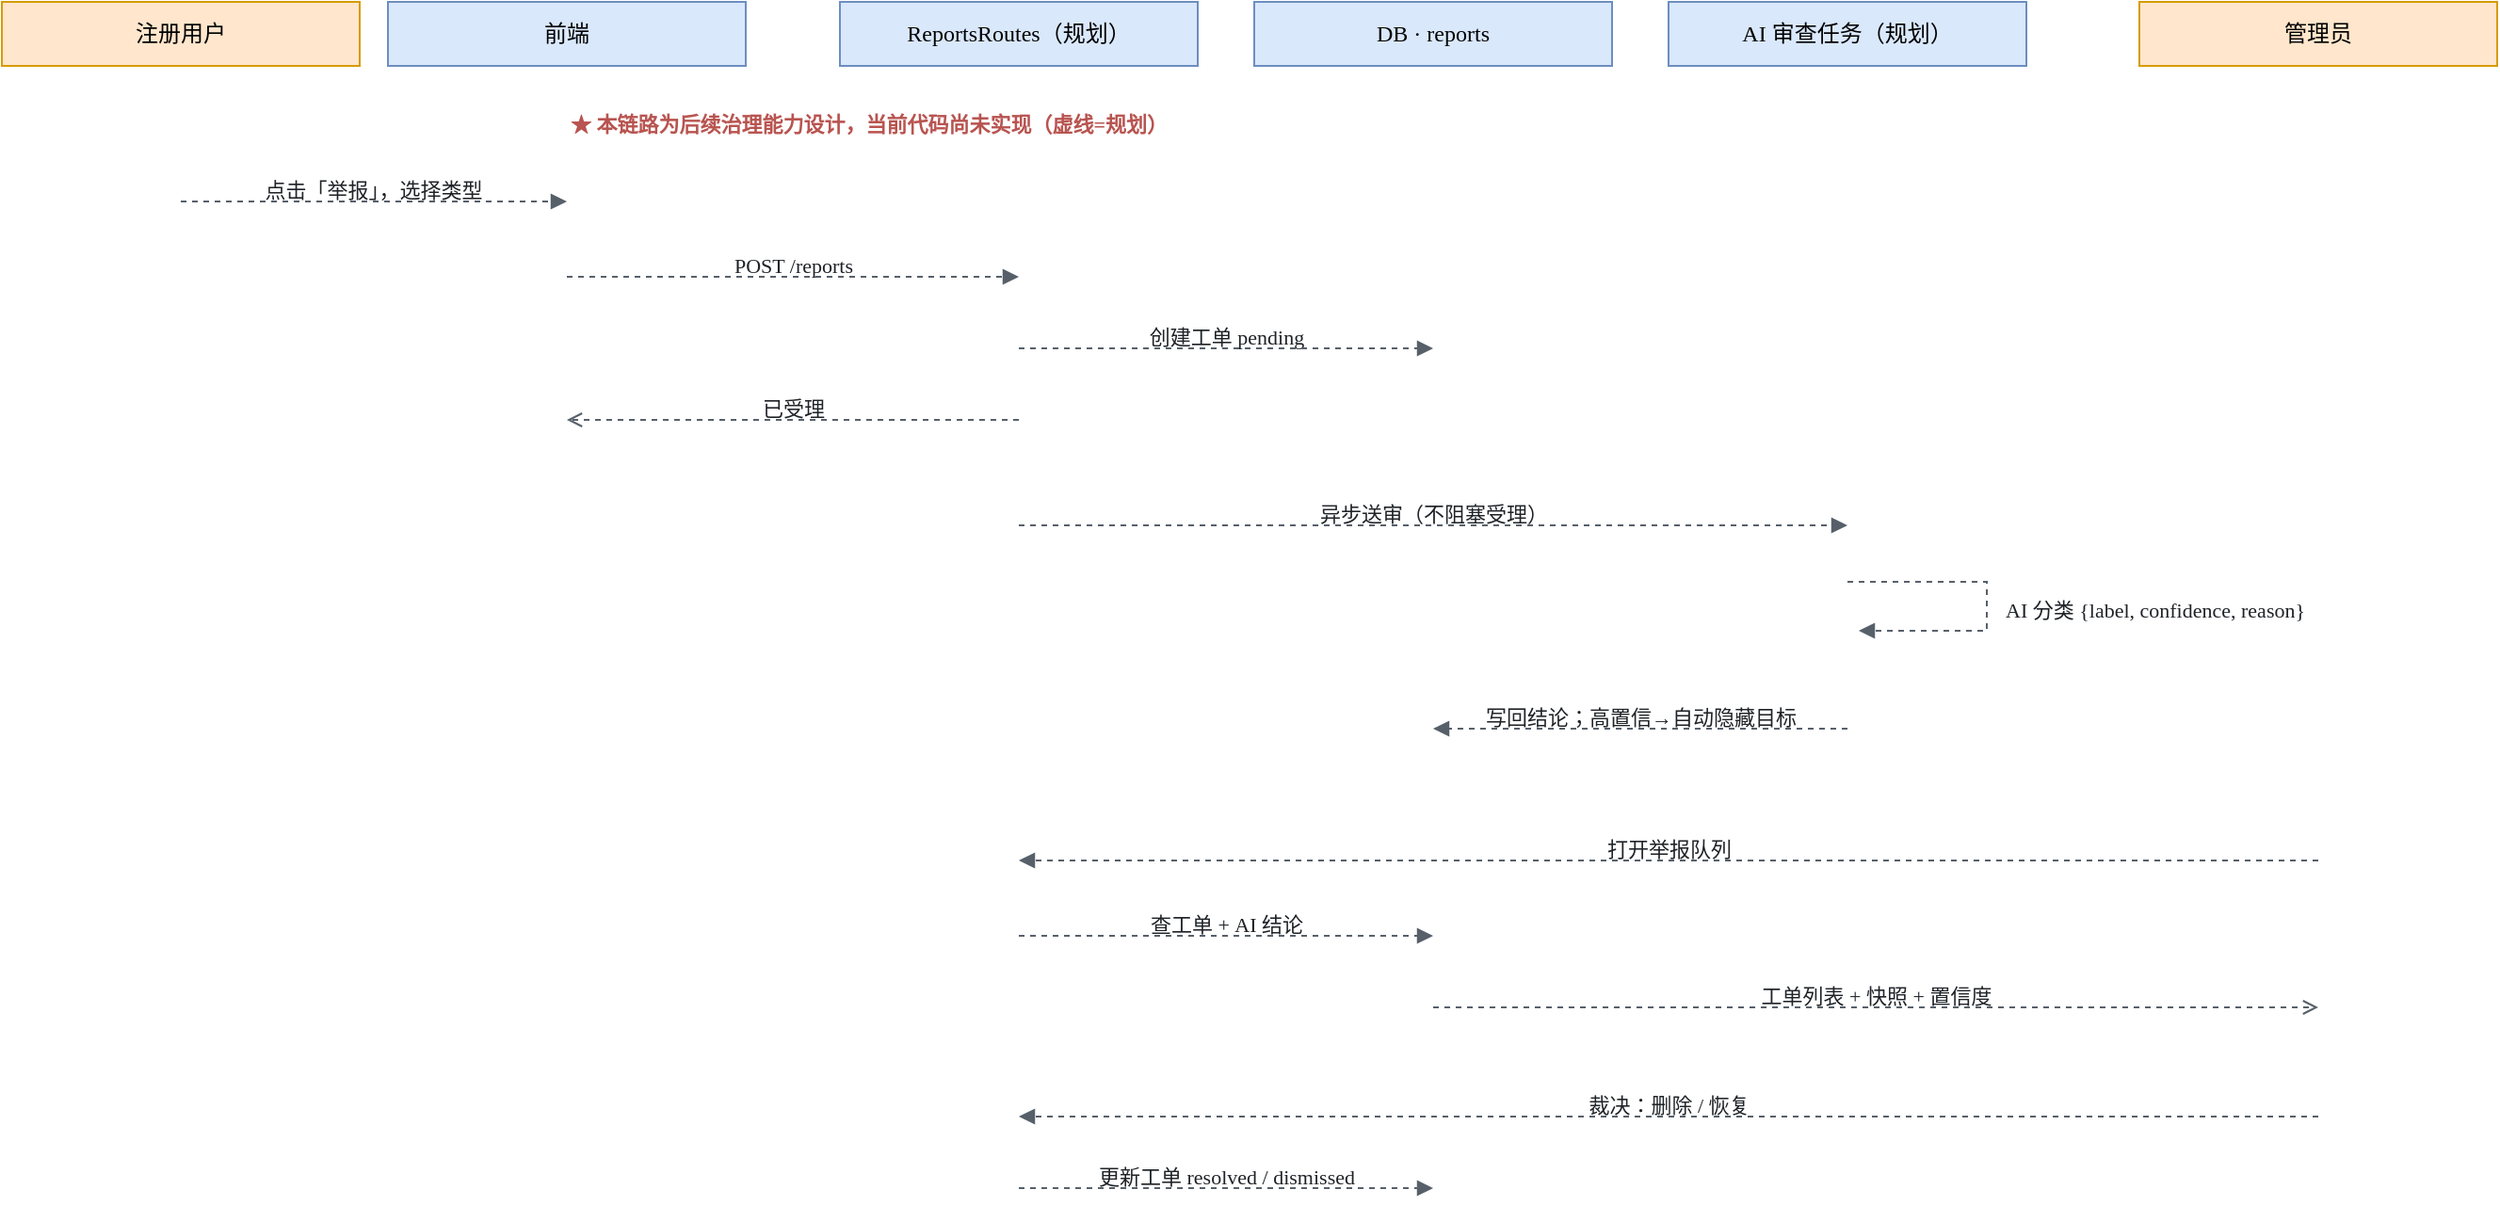
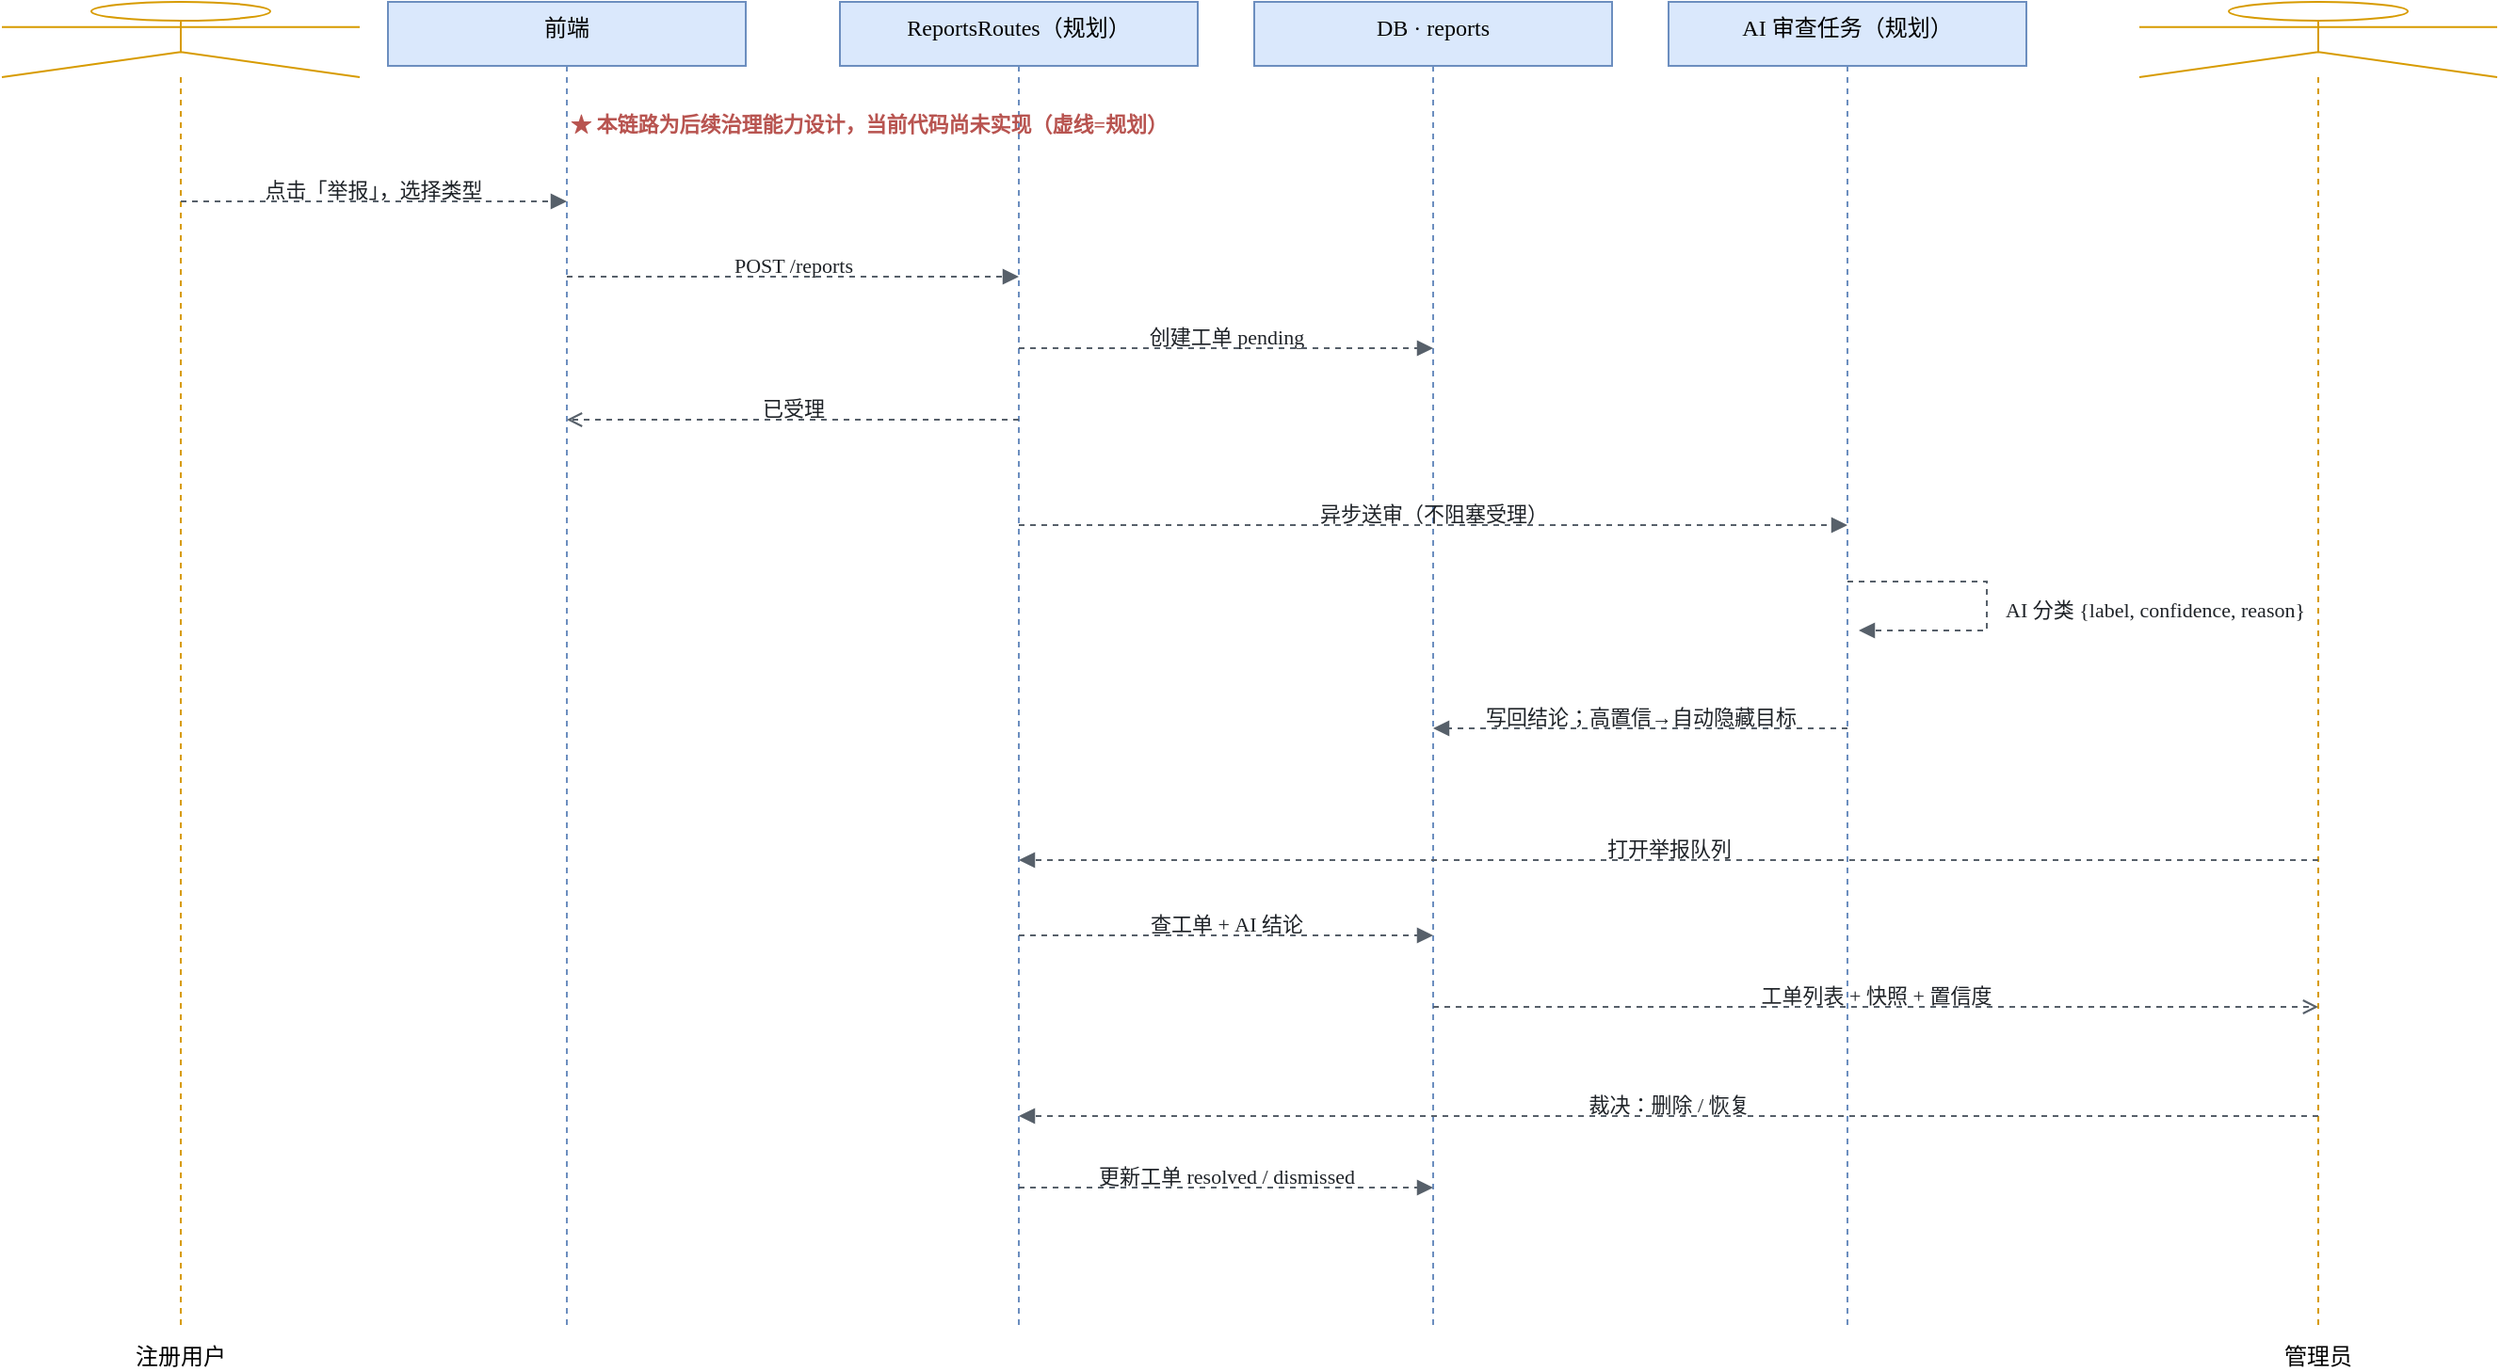
<mxfile host="app.diagrams.net" agent="figlib">
<diagram id="图6-9 顺序图·举报审查裁决(规划)" name="图6-9 顺序图·举报审查裁决(规划)">
<mxGraphModel dx="1280" dy="820" grid="0" gridSize="10" guides="1" tooltips="1" connect="1" arrows="1" fold="1" page="1" pageScale="1" pageWidth="1380" pageHeight="820" math="0" shadow="0"><root>
<mxCell id="0"/><mxCell id="1" parent="0"/>
- <mxCell id="U" value="注册用户" style="shape=umlLifeline;perimeter=lifelinePerimeter;whiteSpace=wrap;html=1;container=0;collapsible=0;fontFamily=SimSun;fontSize=12;fillColor=#ffe6cc;strokeColor=#d79b00;size=34;" vertex="1" parent="1"><mxGeometry x="0" y="44" width="190" height="34" as="geometry"/></mxCell>
- <mxCell id="W" value="前端" style="shape=umlLifeline;perimeter=lifelinePerimeter;whiteSpace=wrap;html=1;container=0;collapsible=0;fontFamily=SimSun;fontSize=12;fillColor=#dae8fc;strokeColor=#6c8ebf;size=34;" vertex="1" parent="1"><mxGeometry x="205" y="44" width="190" height="34" as="geometry"/></mxCell>
- <mxCell id="API" value="ReportsRoutes（规划）" style="shape=umlLifeline;perimeter=lifelinePerimeter;whiteSpace=wrap;html=1;container=0;collapsible=0;fontFamily=SimSun;fontSize=12;fillColor=#dae8fc;strokeColor=#6c8ebf;size=34;" vertex="1" parent="1"><mxGeometry x="445" y="44" width="190" height="34" as="geometry"/></mxCell>
- <mxCell id="DB" value="DB · reports" style="shape=umlLifeline;perimeter=lifelinePerimeter;whiteSpace=wrap;html=1;container=0;collapsible=0;fontFamily=SimSun;fontSize=12;fillColor=#dae8fc;strokeColor=#6c8ebf;size=34;" vertex="1" parent="1"><mxGeometry x="665" y="44" width="190" height="34" as="geometry"/></mxCell>
- <mxCell id="MOD" value="AI 审查任务（规划）" style="shape=umlLifeline;perimeter=lifelinePerimeter;whiteSpace=wrap;html=1;container=0;collapsible=0;fontFamily=SimSun;fontSize=12;fillColor=#dae8fc;strokeColor=#6c8ebf;size=34;" vertex="1" parent="1"><mxGeometry x="885" y="44" width="190" height="34" as="geometry"/></mxCell>
- <mxCell id="ADM" value="管理员" style="shape=umlLifeline;perimeter=lifelinePerimeter;whiteSpace=wrap;html=1;container=0;collapsible=0;fontFamily=SimSun;fontSize=12;fillColor=#ffe6cc;strokeColor=#d79b00;size=34;" vertex="1" parent="1"><mxGeometry x="1135" y="44" width="190" height="34" as="geometry"/></mxCell>
+ <mxCell id="U" value="注册用户" style="shape=umlLifeline;perimeter=lifelinePerimeter;whiteSpace=wrap;html=1;container=1;collapsible=0;recursiveResize=0;outlineConnect=0;fontFamily=SimSun;fontSize=12;verticalAlign=top;fillColor=none;strokeColor=#d79b00;size=40;participant=umlActor;verticalLabelPosition=bottom;labelPosition=center;" vertex="1" parent="1"><mxGeometry x="0" y="44" width="190" height="706" as="geometry"/></mxCell>
+ <mxCell id="W" value="前端" style="shape=umlLifeline;perimeter=lifelinePerimeter;whiteSpace=wrap;html=1;container=1;collapsible=0;recursiveResize=0;outlineConnect=0;fontFamily=SimSun;fontSize=12;verticalAlign=top;fillColor=#dae8fc;strokeColor=#6c8ebf;size=34;" vertex="1" parent="1"><mxGeometry x="205" y="44" width="190" height="706" as="geometry"/></mxCell>
+ <mxCell id="API" value="ReportsRoutes（规划）" style="shape=umlLifeline;perimeter=lifelinePerimeter;whiteSpace=wrap;html=1;container=1;collapsible=0;recursiveResize=0;outlineConnect=0;fontFamily=SimSun;fontSize=12;verticalAlign=top;fillColor=#dae8fc;strokeColor=#6c8ebf;size=34;" vertex="1" parent="1"><mxGeometry x="445" y="44" width="190" height="706" as="geometry"/></mxCell>
+ <mxCell id="DB" value="DB · reports" style="shape=umlLifeline;perimeter=lifelinePerimeter;whiteSpace=wrap;html=1;container=1;collapsible=0;recursiveResize=0;outlineConnect=0;fontFamily=SimSun;fontSize=12;verticalAlign=top;fillColor=#dae8fc;strokeColor=#6c8ebf;size=34;" vertex="1" parent="1"><mxGeometry x="665" y="44" width="190" height="706" as="geometry"/></mxCell>
+ <mxCell id="MOD" value="AI 审查任务（规划）" style="shape=umlLifeline;perimeter=lifelinePerimeter;whiteSpace=wrap;html=1;container=1;collapsible=0;recursiveResize=0;outlineConnect=0;fontFamily=SimSun;fontSize=12;verticalAlign=top;fillColor=#dae8fc;strokeColor=#6c8ebf;size=34;" vertex="1" parent="1"><mxGeometry x="885" y="44" width="190" height="706" as="geometry"/></mxCell>
+ <mxCell id="ADM" value="管理员" style="shape=umlLifeline;perimeter=lifelinePerimeter;whiteSpace=wrap;html=1;container=1;collapsible=0;recursiveResize=0;outlineConnect=0;fontFamily=SimSun;fontSize=12;verticalAlign=top;fillColor=none;strokeColor=#d79b00;size=40;participant=umlActor;verticalLabelPosition=bottom;labelPosition=center;" vertex="1" parent="1"><mxGeometry x="1135" y="44" width="190" height="706" as="geometry"/></mxCell>
<mxCell id="plan" value="★ 本链路为后续治理能力设计，当前代码尚未实现（虚线=规划）" style="text=;html=1;strokeColor=none;fillColor=none;align=left;verticalAlign=top;fontFamily=SimSun;fontSize=11;fontColor=#b85450;fontStyle=1;" vertex="1" parent="1"><mxGeometry x="300" y="96" width="720" height="18" as="geometry"/></mxCell>
<mxCell id="t1" value="点击「举报」，选择类型" style="text=;html=1;strokeColor=none;fillColor=none;align=center;verticalAlign=top;fontFamily=SimSun;fontSize=11;fontColor=#1f2328;fontStyle=0;" vertex="1" parent="1"><mxGeometry x="47" y="131" width="300" height="16" as="geometry"/></mxCell>
<mxCell id="t2" value="POST /reports" style="text=;html=1;strokeColor=none;fillColor=none;align=center;verticalAlign=top;fontFamily=SimSun;fontSize=11;fontColor=#1f2328;fontStyle=0;" vertex="1" parent="1"><mxGeometry x="270" y="171" width="300" height="16" as="geometry"/></mxCell>
<mxCell id="t3" value="创建工单 pending" style="text=;html=1;strokeColor=none;fillColor=none;align=center;verticalAlign=top;fontFamily=SimSun;fontSize=11;fontColor=#1f2328;fontStyle=0;" vertex="1" parent="1"><mxGeometry x="500" y="209" width="300" height="16" as="geometry"/></mxCell>
<mxCell id="t4" value="已受理" style="text=;html=1;strokeColor=none;fillColor=none;align=center;verticalAlign=top;fontFamily=SimSun;fontSize=11;fontColor=#1f2328;fontStyle=0;" vertex="1" parent="1"><mxGeometry x="270" y="247" width="300" height="16" as="geometry"/></mxCell>
<mxCell id="t5" value="异步送审（不阻塞受理）" style="text=;html=1;strokeColor=none;fillColor=none;align=center;verticalAlign=top;fontFamily=SimSun;fontSize=11;fontColor=#1f2328;fontStyle=0;" vertex="1" parent="1"><mxGeometry x="610" y="303" width="300" height="16" as="geometry"/></mxCell>
<mxCell id="t6" value="" style="text=;html=1;strokeColor=none;fillColor=none;align=center;verticalAlign=top;fontFamily=SimSun;fontSize=11;fontColor=#1f2328;fontStyle=0;" vertex="1" parent="1"><mxGeometry x="830" y="341" width="300" height="16" as="geometry"/></mxCell>
<mxCell id="t7" value="AI 分类 {label, confidence, reason}" style="text=;html=1;strokeColor=none;fillColor=none;align=left;verticalAlign=top;fontFamily=SimSun;fontSize=11;fontColor=#1f2328;fontStyle=0;" vertex="1" parent="1"><mxGeometry x="1062" y="354" width="260" height="30" as="geometry"/></mxCell>
<mxCell id="t8" value="写回结论；高置信→自动隐藏目标" style="text=;html=1;strokeColor=none;fillColor=none;align=center;verticalAlign=top;fontFamily=SimSun;fontSize=11;fontColor=#1f2328;fontStyle=0;" vertex="1" parent="1"><mxGeometry x="720" y="411" width="300" height="16" as="geometry"/></mxCell>
<mxCell id="t9" value="打开举报队列" style="text=;html=1;strokeColor=none;fillColor=none;align=center;verticalAlign=top;fontFamily=SimSun;fontSize=11;fontColor=#1f2328;fontStyle=0;" vertex="1" parent="1"><mxGeometry x="735" y="481" width="300" height="16" as="geometry"/></mxCell>
<mxCell id="t10" value="查工单 + AI 结论" style="text=;html=1;strokeColor=none;fillColor=none;align=center;verticalAlign=top;fontFamily=SimSun;fontSize=11;fontColor=#1f2328;fontStyle=0;" vertex="1" parent="1"><mxGeometry x="500" y="521" width="300" height="16" as="geometry"/></mxCell>
<mxCell id="t11" value="工单列表 + 快照 + 置信度" style="text=;html=1;strokeColor=none;fillColor=none;align=center;verticalAlign=top;fontFamily=SimSun;fontSize=11;fontColor=#1f2328;fontStyle=0;" vertex="1" parent="1"><mxGeometry x="845" y="559" width="300" height="16" as="geometry"/></mxCell>
<mxCell id="t12" value="裁决：删除 / 恢复" style="text=;html=1;strokeColor=none;fillColor=none;align=center;verticalAlign=top;fontFamily=SimSun;fontSize=11;fontColor=#1f2328;fontStyle=0;" vertex="1" parent="1"><mxGeometry x="735" y="617" width="300" height="16" as="geometry"/></mxCell>
<mxCell id="t13" value="更新工单 resolved / dismissed" style="text=;html=1;strokeColor=none;fillColor=none;align=center;verticalAlign=top;fontFamily=SimSun;fontSize=11;fontColor=#1f2328;fontStyle=0;" vertex="1" parent="1"><mxGeometry x="500" y="655" width="300" height="16" as="geometry"/></mxCell>
<mxCell id="e0" value="" style="html=1;rounded=0;endArrow=block;endFill=1;strokeColor=#57606a;fontFamily=SimSun;fontSize=11;fontColor=#57606a;dashed=1;" edge="1" parent="1"><mxGeometry relative="1" as="geometry"><mxPoint x="95" y="150" as="sourcePoint"/><mxPoint x="300" y="150" as="targetPoint"/></mxGeometry></mxCell>
<mxCell id="e1" value="" style="html=1;rounded=0;endArrow=block;endFill=1;strokeColor=#57606a;fontFamily=SimSun;fontSize=11;fontColor=#57606a;dashed=1;" edge="1" parent="1"><mxGeometry relative="1" as="geometry"><mxPoint x="300" y="190" as="sourcePoint"/><mxPoint x="540" y="190" as="targetPoint"/></mxGeometry></mxCell>
<mxCell id="e2" value="" style="html=1;rounded=0;endArrow=block;endFill=1;strokeColor=#57606a;fontFamily=SimSun;fontSize=11;fontColor=#57606a;dashed=1;" edge="1" parent="1"><mxGeometry relative="1" as="geometry"><mxPoint x="540" y="228" as="sourcePoint"/><mxPoint x="760" y="228" as="targetPoint"/></mxGeometry></mxCell>
<mxCell id="e3" value="" style="html=1;rounded=0;endArrow=open;endFill=0;strokeColor=#57606a;fontFamily=SimSun;fontSize=11;fontColor=#57606a;dashed=1;" edge="1" parent="1"><mxGeometry relative="1" as="geometry"><mxPoint x="540" y="266" as="sourcePoint"/><mxPoint x="300" y="266" as="targetPoint"/></mxGeometry></mxCell>
<mxCell id="e4" value="" style="html=1;rounded=0;endArrow=block;endFill=1;strokeColor=#57606a;fontFamily=SimSun;fontSize=11;fontColor=#57606a;dashed=1;" edge="1" parent="1"><mxGeometry relative="1" as="geometry"><mxPoint x="540" y="322" as="sourcePoint"/><mxPoint x="980" y="322" as="targetPoint"/></mxGeometry></mxCell>
<mxCell id="e5" value="" style="html=1;rounded=0;endArrow=block;endFill=1;strokeColor=#57606a;fontFamily=SimSun;fontSize=11;fontColor=#57606a;dashed=1;" edge="1" parent="1"><mxGeometry relative="1" as="geometry"><mxPoint x="980" y="360" as="sourcePoint"/><mxPoint x="980" y="360" as="targetPoint"/></mxGeometry></mxCell>
<mxCell id="e6" value="" style="html=1;rounded=0;endArrow=block;endFill=1;strokeColor=#57606a;fontFamily=SimSun;fontSize=11;fontColor=#57606a;dashed=1;" edge="1" parent="1"><mxGeometry relative="1" as="geometry"><mxPoint x="980" y="352" as="sourcePoint"/><mxPoint x="986" y="378" as="targetPoint"/><Array as="points"><mxPoint x="1054" y="352"/><mxPoint x="1054" y="378"/></Array></mxGeometry></mxCell>
<mxCell id="e7" value="" style="html=1;rounded=0;endArrow=block;endFill=1;strokeColor=#57606a;fontFamily=SimSun;fontSize=11;fontColor=#57606a;dashed=1;" edge="1" parent="1"><mxGeometry relative="1" as="geometry"><mxPoint x="980" y="430" as="sourcePoint"/><mxPoint x="760" y="430" as="targetPoint"/></mxGeometry></mxCell>
<mxCell id="e8" value="" style="html=1;rounded=0;endArrow=block;endFill=1;strokeColor=#57606a;fontFamily=SimSun;fontSize=11;fontColor=#57606a;dashed=1;" edge="1" parent="1"><mxGeometry relative="1" as="geometry"><mxPoint x="1230" y="500" as="sourcePoint"/><mxPoint x="540" y="500" as="targetPoint"/></mxGeometry></mxCell>
<mxCell id="e9" value="" style="html=1;rounded=0;endArrow=block;endFill=1;strokeColor=#57606a;fontFamily=SimSun;fontSize=11;fontColor=#57606a;dashed=1;" edge="1" parent="1"><mxGeometry relative="1" as="geometry"><mxPoint x="540" y="540" as="sourcePoint"/><mxPoint x="760" y="540" as="targetPoint"/></mxGeometry></mxCell>
<mxCell id="e10" value="" style="html=1;rounded=0;endArrow=open;endFill=0;strokeColor=#57606a;fontFamily=SimSun;fontSize=11;fontColor=#57606a;dashed=1;" edge="1" parent="1"><mxGeometry relative="1" as="geometry"><mxPoint x="760" y="578" as="sourcePoint"/><mxPoint x="1230" y="578" as="targetPoint"/></mxGeometry></mxCell>
<mxCell id="e11" value="" style="html=1;rounded=0;endArrow=block;endFill=1;strokeColor=#57606a;fontFamily=SimSun;fontSize=11;fontColor=#57606a;dashed=1;" edge="1" parent="1"><mxGeometry relative="1" as="geometry"><mxPoint x="1230" y="636" as="sourcePoint"/><mxPoint x="540" y="636" as="targetPoint"/></mxGeometry></mxCell>
<mxCell id="e12" value="" style="html=1;rounded=0;endArrow=block;endFill=1;strokeColor=#57606a;fontFamily=SimSun;fontSize=11;fontColor=#57606a;dashed=1;" edge="1" parent="1"><mxGeometry relative="1" as="geometry"><mxPoint x="540" y="674" as="sourcePoint"/><mxPoint x="760" y="674" as="targetPoint"/></mxGeometry></mxCell>
</root></mxGraphModel></diagram></mxfile>